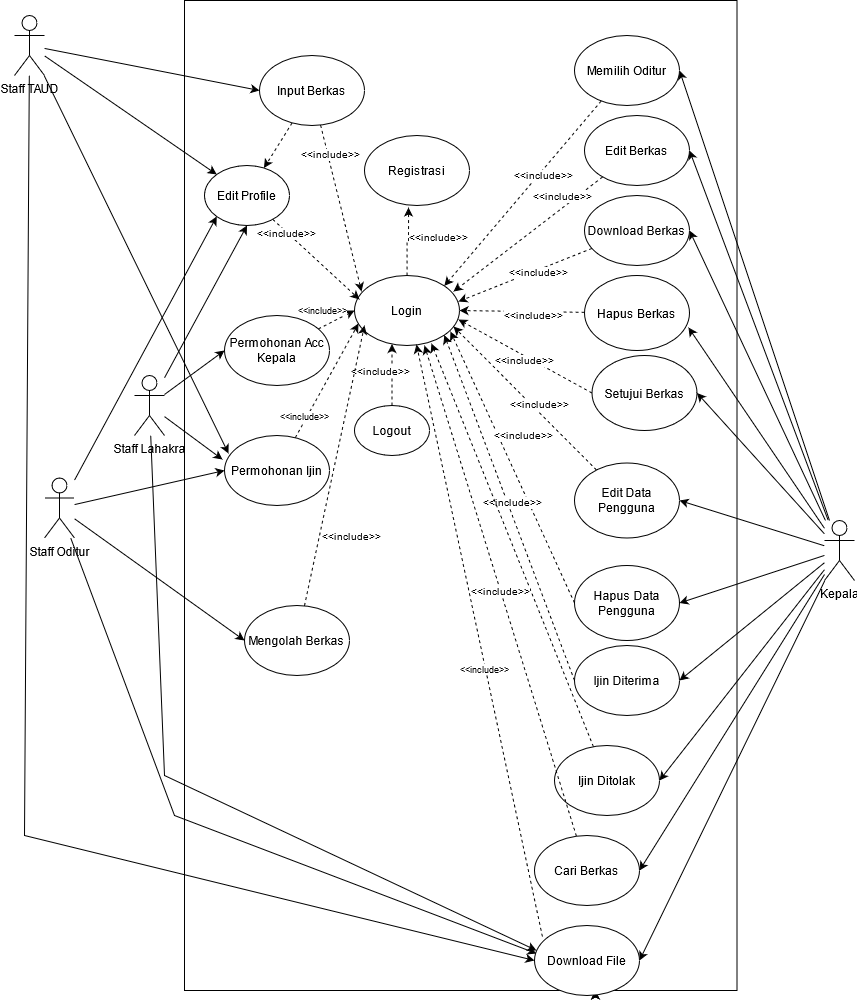
vincent322/Diagram keeps this draw.io diagram as staff/Use Case Diagram.png. Above is the earlier version. Source tidied: cells renumbered, new cells last; positions are measured from the earlier drawing's top-left corner, leaving out a move shared by most shapes.
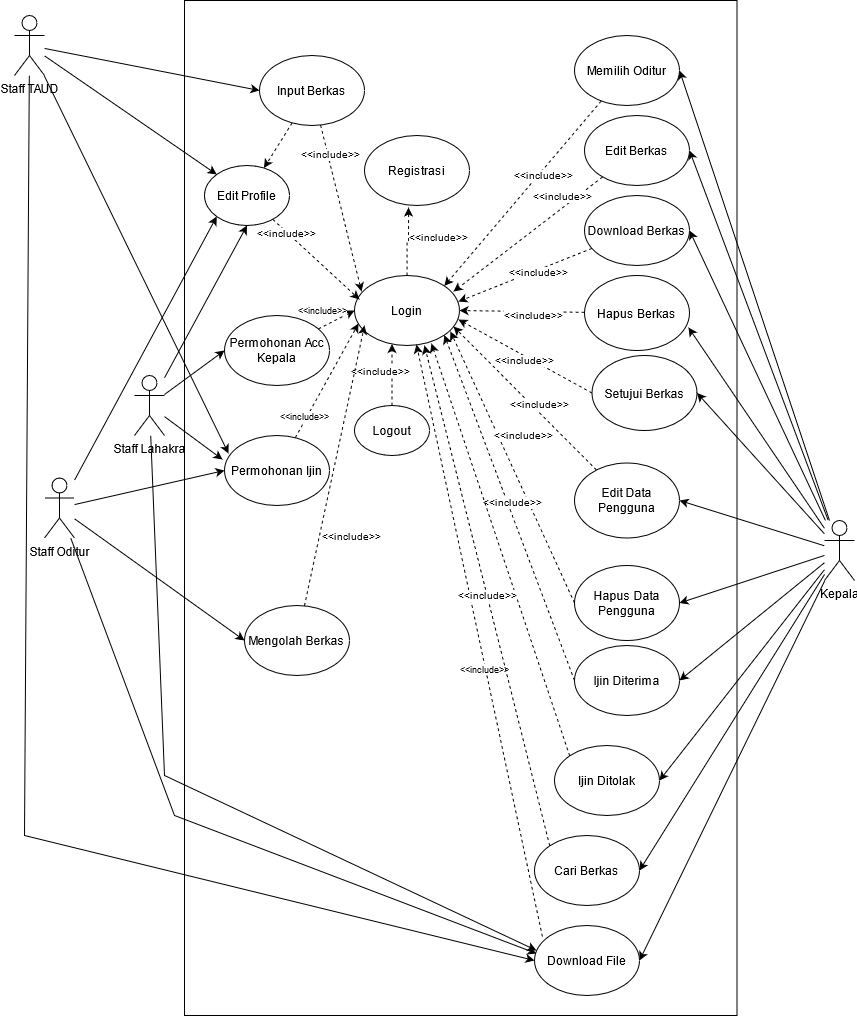
Later version of the same file.

The edit, as a diff of the source:
```diff
@@ -3,7 +3,7 @@
     <mxCell id="0" />
     <mxCell id="1" parent="0" />
     <mxCell id="2" style="rounded=0;whiteSpace=wrap;html=1;" parent="1" vertex="1">
-      <mxGeometry x="170" width="552.5" height="990" as="geometry" />
+      <mxGeometry x="170" width="552.5" height="1015" as="geometry" />
     </mxCell>
     <mxCell id="3" style="edgeStyle=none;rounded=0;jettySize=auto;html=1;entryX=0;entryY=0.5;entryDx=0;entryDy=0;fontSize=10;" parent="1" edge="1" source="7" target="37">
       <mxGeometry relative="1" as="geometry" />
@@ -179,12 +179,6 @@
     <mxCell id="52" value="Setujui Berkas" style="ellipse;whiteSpace=wrap;html=1;" parent="1" vertex="1">
       <mxGeometry x="577.5" y="355" width="105" height="75" as="geometry" />
     </mxCell>
-    <mxCell id="53" style="edgeStyle=none;rounded=0;jettySize=auto;html=1;fontSize=9;" parent="1" edge="1" source="57" target="2">
-      <mxGeometry relative="1" as="geometry" />
-    </mxCell>
-    <mxCell id="54" style="edgeStyle=none;rounded=0;jettySize=auto;html=1;fontSize=9;" parent="1" edge="1" source="57" target="2">
-      <mxGeometry relative="1" as="geometry" />
-    </mxCell>
     <mxCell id="55" style="edgeStyle=none;rounded=0;jettySize=auto;html=1;entryX=0.59;entryY=0.986;entryDx=0;entryDy=0;entryPerimeter=0;fontSize=9;exitX=0.075;exitY=0.158;exitDx=0;exitDy=0;exitPerimeter=0;dashed=1;" parent="1" edge="1" source="57" target="31">
       <mxGeometry relative="1" as="geometry" />
     </mxCell>
@@ -222,7 +216,7 @@
     <mxCell id="65" value="Ijin Diterima" style="ellipse;whiteSpace=wrap;html=1;" parent="1" vertex="1">
       <mxGeometry x="560" y="645" width="105" height="70" as="geometry" />
     </mxCell>
-    <mxCell id="66" style="edgeStyle=none;rounded=0;jettySize=auto;html=1;dashed=1;entryX=0.733;entryY=0.971;entryDx=0;entryDy=0;entryPerimeter=0;" parent="1" edge="1" source="67" target="31">
+    <mxCell id="66" style="edgeStyle=none;rounded=0;jettySize=auto;html=1;dashed=1;entryX=0.733;entryY=0.971;entryDx=0;entryDy=0;entryPerimeter=0;exitX=0;exitY=0;exitDx=0;exitDy=0;" parent="1" edge="1" source="67" target="31">
       <mxGeometry relative="1" as="geometry" />
     </mxCell>
     <mxCell id="67" value="Ijin Ditolak" style="ellipse;whiteSpace=wrap;html=1;" parent="1" vertex="1">
@@ -237,7 +231,7 @@
     <mxCell id="70" value="Edit Profile" style="ellipse;whiteSpace=wrap;html=1;" parent="1" vertex="1">
       <mxGeometry x="190" y="165" width="85" height="60" as="geometry" />
     </mxCell>
-    <mxCell id="71" value="&amp;lt;&amp;lt;include&amp;gt;&amp;gt;" style="edgeStyle=none;rounded=0;jettySize=auto;html=1;dashed=1;fontSize=10;" parent="1" edge="1" source="72">
+    <mxCell id="71" value="&amp;lt;&amp;lt;include&amp;gt;&amp;gt;" style="edgeStyle=none;rounded=0;jettySize=auto;html=1;dashed=1;fontSize=10;exitX=0;exitY=0;exitDx=0;exitDy=0;" parent="1" edge="1" source="72">
       <mxGeometry relative="1" as="geometry">
         <mxPoint x="410" y="345" as="targetPoint" />
       </mxGeometry>
```
